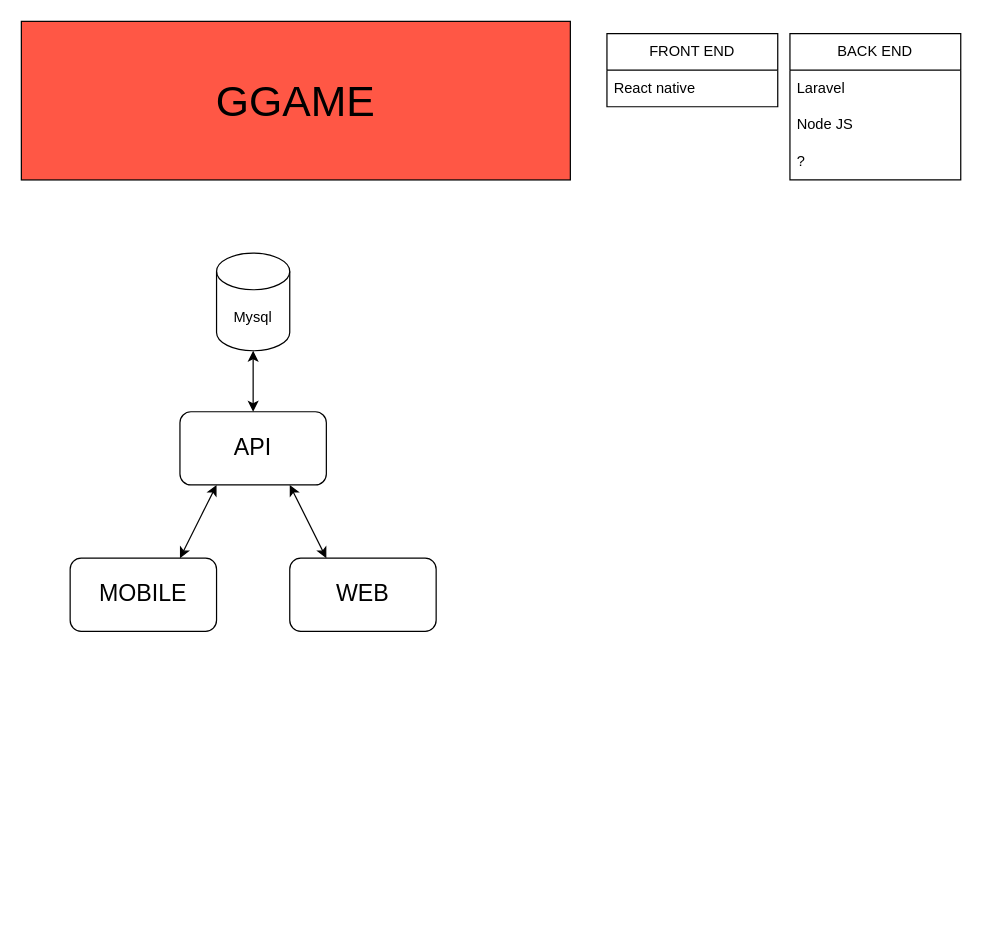
Before: GGame.drawio in ahmet-gor/AuMeT, a draw.io diagram. Source tidied: cells renumbered, new cells numbered last; positions are measured from the earlier drawing's top-left corner, leaving out a move shared by most shapes. Both pictures are drawn from the tidied source at 122%, with x=0, y=0 at pixel (21, 21).
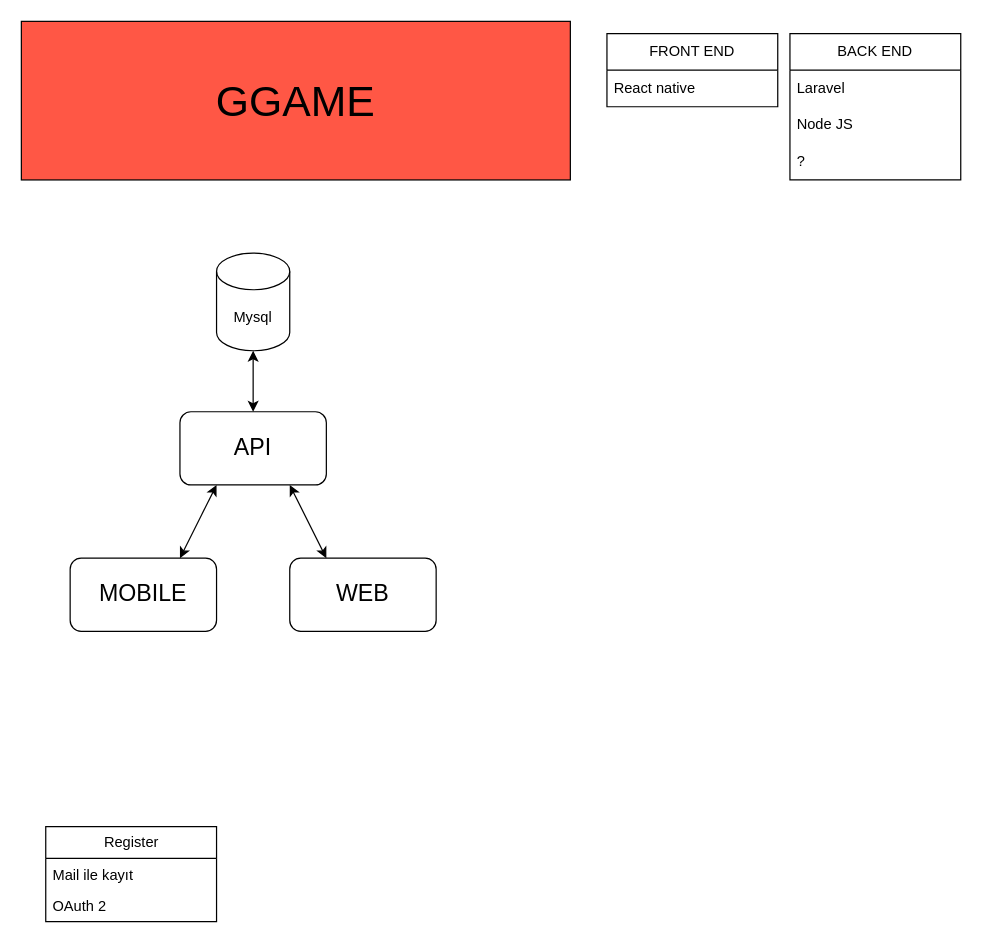
After the change.

The edit, as a diff of the source:
```diff
@@
 <mxGraphModel>
   <root>
     <mxCell id="0" />
     <mxCell id="1" parent="0" />
     <mxCell id="2" value="GGAME" style="rounded=0;whiteSpace=wrap;html=1;strokeWidth=1;fillColor=#FF5745;fontSize=35;" parent="1" vertex="1">
       <mxGeometry width="450" height="130" as="geometry" />
     </mxCell>
     <mxCell id="3" value="FRONT END" style="swimlane;fontStyle=0;horizontal=1;startSize=30;whiteSpace=wrap;html=1;" parent="1" vertex="1">
       <mxGeometry x="480" y="10" width="140" height="60" as="geometry" />
     </mxCell>
     <mxCell id="4" value="React native" style="text;strokeColor=none;fillColor=none;align=left;verticalAlign=middle;spacingLeft=4;spacingRight=4;overflow=hidden;whiteSpace=wrap;html=1;" parent="3" vertex="1">
       <mxGeometry y="30" width="140" height="30" as="geometry" />
     </mxCell>
     <mxCell id="5" value="BACK END" style="swimlane;fontStyle=0;horizontal=1;startSize=30;whiteSpace=wrap;html=1;" parent="1" vertex="1">
       <mxGeometry x="630" y="10" width="140" height="120" as="geometry" />
     </mxCell>
     <mxCell id="6" value="Laravel" style="text;strokeColor=none;fillColor=none;align=left;verticalAlign=middle;spacingLeft=4;spacingRight=4;overflow=hidden;whiteSpace=wrap;html=1;strokeWidth=1;" parent="5" vertex="1">
       <mxGeometry y="30" width="140" height="30" as="geometry" />
     </mxCell>
     <mxCell id="7" value="Node JS" style="text;strokeColor=none;fillColor=none;align=left;verticalAlign=middle;spacingLeft=4;spacingRight=4;overflow=hidden;whiteSpace=wrap;html=1;strokeWidth=1;" parent="5" vertex="1">
       <mxGeometry y="60" width="140" height="30" as="geometry" />
     </mxCell>
     <mxCell id="8" value="?" style="text;strokeColor=none;fillColor=none;align=left;verticalAlign=middle;spacingLeft=4;spacingRight=4;overflow=hidden;whiteSpace=wrap;html=1;strokeWidth=1;" parent="5" vertex="1">
       <mxGeometry y="90" width="140" height="30" as="geometry" />
     </mxCell>
     <mxCell id="9" value="Mysql" style="shape=cylinder3;whiteSpace=wrap;html=1;boundedLbl=1;backgroundOutline=1;size=15;" parent="1" vertex="1">
       <mxGeometry x="160" y="190" width="60" height="80" as="geometry" />
     </mxCell>
     <mxCell id="10" value="API" style="rounded=1;whiteSpace=wrap;html=1;fontSize=19;" parent="1" vertex="1">
       <mxGeometry x="130" y="320" width="120" height="60" as="geometry" />
     </mxCell>
     <mxCell id="11" value="MOBILE" style="rounded=1;whiteSpace=wrap;html=1;fontSize=19;" parent="1" vertex="1">
       <mxGeometry x="40" y="440" width="120" height="60" as="geometry" />
     </mxCell>
     <mxCell id="12" value="WEB" style="rounded=1;whiteSpace=wrap;html=1;fontSize=19;" parent="1" vertex="1">
       <mxGeometry x="220" y="440" width="120" height="60" as="geometry" />
     </mxCell>
     <mxCell id="13" style="endArrow=classic;startArrow=classic;html=1;rounded=0;entryX=0.5;entryY=1;entryDx=0;entryDy=0;entryPerimeter=0;exitX=0.5;exitY=0;exitDx=0;exitDy=0;" parent="1" edge="1" source="10" target="9">
       <mxGeometry relative="1" as="geometry" />
     </mxCell>
     <mxCell id="14" style="endArrow=classic;startArrow=classic;html=1;rounded=0;entryX=0.25;entryY=1;entryDx=0;entryDy=0;exitX=0.75;exitY=0;exitDx=0;exitDy=0;" parent="1" edge="1" source="11" target="10">
       <mxGeometry relative="1" as="geometry" />
     </mxCell>
     <mxCell id="15" style="endArrow=classic;startArrow=classic;html=1;rounded=0;entryX=0.75;entryY=1;entryDx=0;entryDy=0;exitX=0.25;exitY=0;exitDx=0;exitDy=0;" parent="1" edge="1" source="12" target="10">
       <mxGeometry relative="1" as="geometry" />
     </mxCell>
+    <mxCell id="16" value="Register" style="swimlane;fontStyle=0;horizontal=1;startSize=26;fillColor=none;html=1;" parent="1" vertex="1">
+      <mxGeometry x="20" y="660" width="140" height="78" as="geometry" />
+    </mxCell>
+    <mxCell id="17" value="Mail ile kayıt" style="text;strokeColor=none;fillColor=none;align=left;verticalAlign=top;spacingLeft=4;spacingRight=4;overflow=hidden;whiteSpace=wrap;html=1;" parent="16" vertex="1">
+      <mxGeometry y="26" width="140" height="26" as="geometry" />
+    </mxCell>
+    <mxCell id="18" value="OAuth 2&lt;br&gt;" style="text;strokeColor=none;fillColor=none;align=left;verticalAlign=top;spacingLeft=4;spacingRight=4;overflow=hidden;whiteSpace=wrap;html=1;" parent="16" vertex="1">
+      <mxGeometry y="52" width="140" height="26" as="geometry" />
+    </mxCell>
   </root>
 </mxGraphModel>
```
